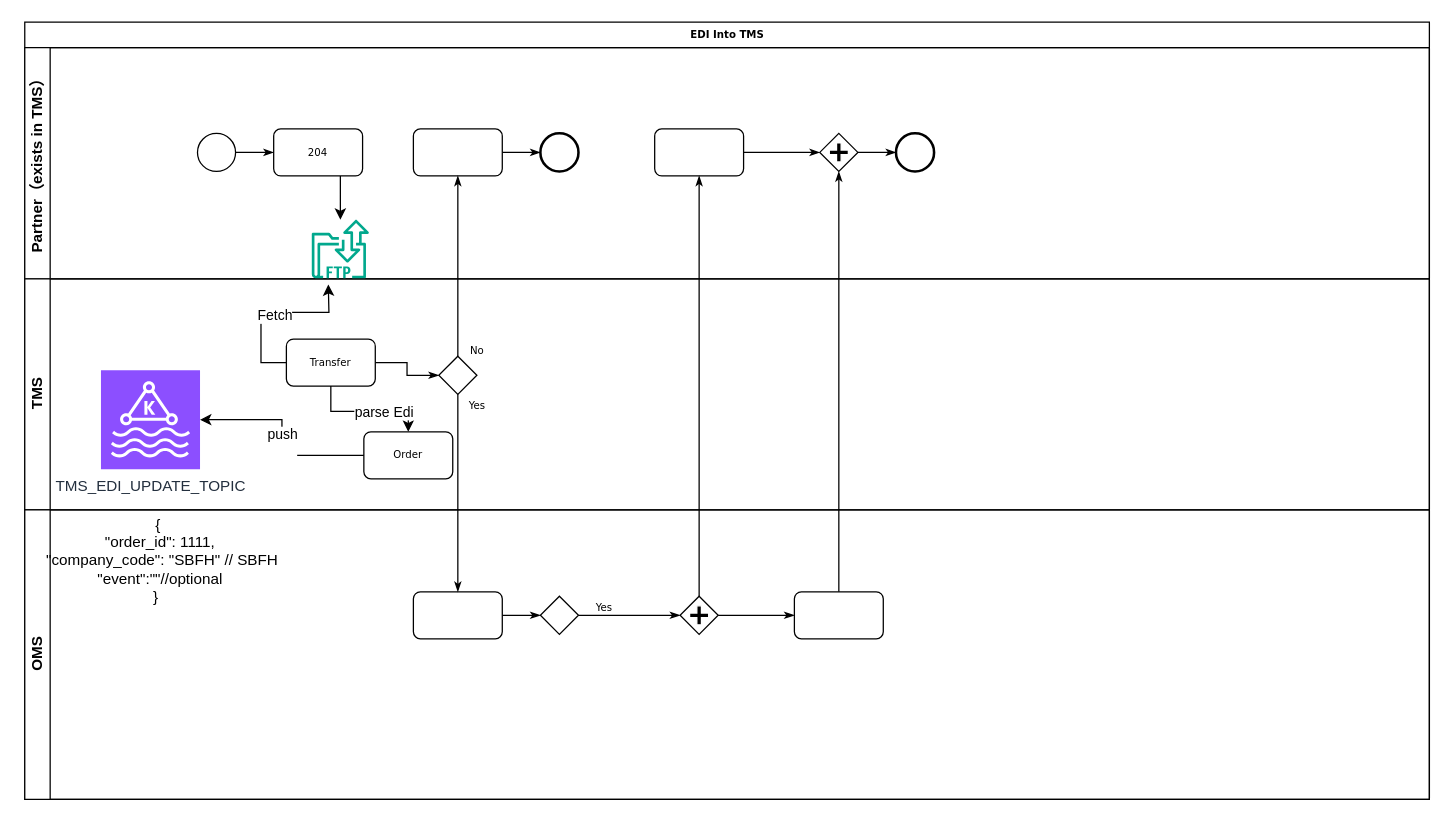
Earlier version of the draw.io diagram public-module/edi/Untitled Diagram.drawio (316189693/drawio). Source tidied: cells renumbered, new cells numbered last; positions are measured from the earlier drawing's top-left corner, leaving out a move shared by most shapes. Both pictures are drawn from the tidied source at 127%, with x=0, y=0 at pixel (22, 22).
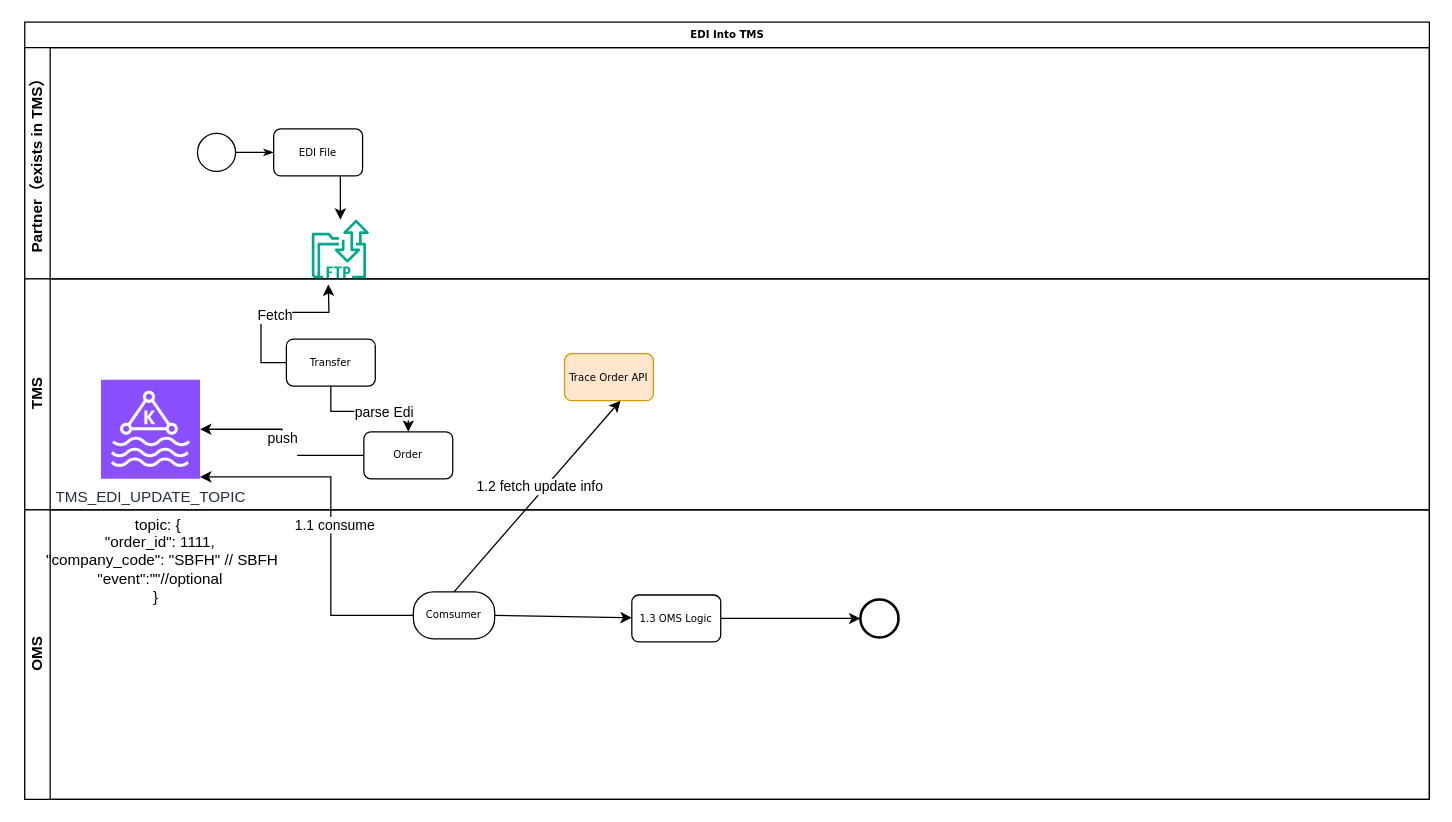
The same page after the edit.

The change refers to these unchanged cells:
```xml
<mxCell id="2" value="EDI Into TMS" style="swimlane;html=1;horizontal=1;startSize=20;rounded=0;shadow=0;labelBackgroundColor=none;strokeWidth=1;fontFamily=Verdana;fontSize=8;align=center;" parent="1" vertex="1">
  <mxGeometry x="2" width="1106" height="612" as="geometry" />
</mxCell>
<mxCell id="4" value="TMS" style="swimlane;html=1;startSize=20;horizontal=0;" parent="2" vertex="1">
  <mxGeometry y="202" width="1106" height="182" as="geometry" />
</mxCell>
<mxCell id="6" value="OMS" style="swimlane;html=1;startSize=20;horizontal=0;" parent="2" vertex="1">
  <mxGeometry y="384" width="1106" height="228" as="geometry" />
</mxCell>
<mxCell id="25" value="Transfer" style="rounded=1;whiteSpace=wrap;html=1;shadow=0;labelBackgroundColor=none;strokeWidth=1;fontFamily=Verdana;fontSize=8;align=center;" parent="6" vertex="1">
  <mxGeometry x="206" y="-134.5" width="70" height="37" as="geometry" />
</mxCell>
<mxCell id="27" value="Order" style="rounded=1;whiteSpace=wrap;html=1;shadow=0;labelBackgroundColor=none;strokeWidth=1;fontFamily=Verdana;fontSize=8;align=center;" parent="6" vertex="1">
  <mxGeometry x="267" y="-61.5" width="70" height="37" as="geometry" />
</mxCell>
```

Diff of the diagram source:
```diff
@@
+    <mxCell id="40" style="edgeStyle=orthogonalEdgeStyle;rounded=0;jettySize=auto;html=1;entryX=1;entryY=0.5;entryDx=0;entryDy=0;entryPerimeter=0;" parent="2" edge="1" source="27" target="5">
+      <mxGeometry relative="1" as="geometry" />
+    </mxCell>
+    <mxCell id="41" value="&lt;div&gt;&lt;br&gt;&lt;/div&gt;" style="edgeLabel;html=1;align=center;verticalAlign=middle;" parent="40" vertex="1">
+      <mxGeometry x="-0.1" y="8" relative="1" as="geometry">
+        <mxPoint x="1" y="1" as="offset" />
+      </mxGeometry>
+    </mxCell>
+    <mxCell id="42" value="push&lt;div&gt;&lt;br&gt;&lt;/div&gt;" style="edgeLabel;html=1;align=center;verticalAlign=middle;" parent="40" vertex="1">
+      <mxGeometry x="-0.04" y="1" relative="1" as="geometry">
+        <mxPoint x="1" y="1" as="offset" />
+      </mxGeometry>
+    </mxCell>
+    <mxCell id="43" style="edgeStyle=orthogonalEdgeStyle;rounded=0;jettySize=auto;html=1;" parent="2" edge="1" source="29" target="5">
+      <mxGeometry relative="1" as="geometry">
+        <Array as="points">
+          <mxPoint x="241" y="467" />
+          <mxPoint x="241" y="358" />
+        </Array>
+      </mxGeometry>
+    </mxCell>
+    <mxCell id="44" value="1.1 consume" style="edgeLabel;html=1;align=center;verticalAlign=middle;" parent="43" vertex="1">
+      <mxGeometry x="-0.01" y="-2" relative="1" as="geometry" />
+    </mxCell>
@@
     <mxCell id="5" value="TMS_EDI_UPDATE_TOPIC" style="sketch=0;points=[[0,0,0],[0.25,0,0],[0.5,0,0],[0.75,0,0],[1,0,0],[0,1,0],[0.25,1,0],[0.5,1,0],[0.75,1,0],[1,1,0],[0,0.25,0],[0,0.5,0],[0,0.75,0],[1,0.25,0],[1,0.5,0],[1,0.75,0]];outlineConnect=0;fontColor=#232F3E;fillColor=#8C4FFF;strokeColor=#ffffff;dashed=0;verticalLabelPosition=bottom;verticalAlign=top;align=center;html=1;fontSize=12;fontStyle=0;shape=mxgraph.aws4.resourceIcon;resIcon=mxgraph.aws4.managed_streaming_for_kafka;" parent="4" vertex="1">
-      <mxGeometry x="60" y="72" width="78" height="78" as="geometry" />
+      <mxGeometry x="60" y="79.5" width="78" height="78" as="geometry" />
     </mxCell>
+    <mxCell id="45" value="Trace Order API" style="rounded=1;whiteSpace=wrap;html=1;shadow=0;labelBackgroundColor=none;strokeWidth=1;fontFamily=Verdana;fontSize=8;align=center;fillColor=#ffe6cc;strokeColor=#d79b00;" parent="4" vertex="1">
+      <mxGeometry x="425" y="59" width="70" height="37" as="geometry" />
+    </mxCell>
@@
-    <mxCell id="10" value="204" style="rounded=1;whiteSpace=wrap;html=1;shadow=0;labelBackgroundColor=none;strokeWidth=1;fontFamily=Verdana;fontSize=8;align=center;" parent="6" vertex="1">
+    <mxCell id="10" value="EDI File" style="rounded=1;whiteSpace=wrap;html=1;shadow=0;labelBackgroundColor=none;strokeWidth=1;fontFamily=Verdana;fontSize=8;align=center;" parent="6" vertex="1">
       <mxGeometry x="196" y="-300" width="70" height="37" as="geometry" />
     </mxCell>
-    <mxCell id="11" style="edgeStyle=orthogonalEdgeStyle;rounded=0;html=1;labelBackgroundColor=none;startArrow=none;startFill=0;startSize=5;endArrow=classicThin;endFill=1;endSize=5;jettySize=auto;strokeWidth=1;fontFamily=Verdana;fontSize=8;" parent="6" edge="1" source="12" target="13">
-      <mxGeometry relative="1" as="geometry" />
-    </mxCell>
-    <mxCell id="12" style="rounded=1;whiteSpace=wrap;html=1;shadow=0;labelBackgroundColor=none;strokeWidth=1;fontFamily=Verdana;fontSize=8;align=center;" parent="6" vertex="1">
-      <mxGeometry x="306" y="-300" width="70" height="37" as="geometry" />
-    </mxCell>
-    <mxCell id="13" style="ellipse;whiteSpace=wrap;html=1;rounded=0;shadow=0;labelBackgroundColor=none;strokeWidth=2;fontFamily=Verdana;fontSize=8;align=center;" parent="6" vertex="1">
-      <mxGeometry x="406" y="-296.5" width="30" height="30" as="geometry" />
-    </mxCell>
-    <mxCell id="14" style="edgeStyle=orthogonalEdgeStyle;rounded=0;html=1;entryX=0;entryY=0.5;labelBackgroundColor=none;startArrow=none;startFill=0;startSize=5;endArrow=classicThin;endFill=1;endSize=5;jettySize=auto;strokeWidth=1;fontFamily=Verdana;fontSize=8;" parent="6" edge="1" source="15" target="17">
-      <mxGeometry relative="1" as="geometry" />
-    </mxCell>
-    <mxCell id="15" style="rounded=1;whiteSpace=wrap;html=1;shadow=0;labelBackgroundColor=none;strokeWidth=1;fontFamily=Verdana;fontSize=8;align=center;" parent="6" vertex="1">
-      <mxGeometry x="496" y="-300" width="70" height="37" as="geometry" />
-    </mxCell>
-    <mxCell id="16" style="edgeStyle=orthogonalEdgeStyle;rounded=0;html=1;labelBackgroundColor=none;startArrow=none;startFill=0;startSize=5;endArrow=classicThin;endFill=1;endSize=5;jettySize=auto;strokeWidth=1;fontFamily=Verdana;fontSize=8;" parent="6" edge="1" source="17" target="18">
-      <mxGeometry relative="1" as="geometry" />
-    </mxCell>
-    <mxCell id="17" style="shape=mxgraph.bpmn.shape;html=1;verticalLabelPosition=bottom;labelBackgroundColor=#ffffff;verticalAlign=top;perimeter=rhombusPerimeter;background=gateway;outline=none;symbol=parallelGw;rounded=1;shadow=0;strokeWidth=1;fontFamily=Verdana;fontSize=8;align=center;" parent="6" vertex="1">
-      <mxGeometry x="626" y="-296.5" width="30" height="30" as="geometry" />
-    </mxCell>
-    <mxCell id="18" style="ellipse;whiteSpace=wrap;html=1;rounded=0;shadow=0;labelBackgroundColor=none;strokeWidth=2;fontFamily=Verdana;fontSize=8;align=center;" parent="6" vertex="1">
-      <mxGeometry x="686" y="-296.5" width="30" height="30" as="geometry" />
-    </mxCell>
@@
-    <mxCell id="20" style="edgeStyle=orthogonalEdgeStyle;rounded=0;html=1;labelBackgroundColor=none;startArrow=none;startFill=0;startSize=5;endArrow=classicThin;endFill=1;endSize=5;jettySize=auto;strokeWidth=1;fontFamily=Verdana;fontSize=8;" parent="6" edge="1" source="25" target="26">
-      <mxGeometry relative="1" as="geometry" />
-    </mxCell>
@@
-    <mxCell id="26" style="strokeWidth=1;html=1;shape=mxgraph.flowchart.decision;whiteSpace=wrap;rounded=1;shadow=0;labelBackgroundColor=none;fontFamily=Verdana;fontSize=8;align=center;" parent="6" vertex="1">
-      <mxGeometry x="326" y="-121" width="30" height="30" as="geometry" />
-    </mxCell>
@@
-    <mxCell id="28" style="edgeStyle=orthogonalEdgeStyle;rounded=0;html=1;labelBackgroundColor=none;startArrow=none;startFill=0;startSize=5;endArrow=classicThin;endFill=1;endSize=5;jettySize=auto;strokeWidth=1;fontFamily=Verdana;fontSize=8;" parent="6" edge="1" source="29" target="31">
-      <mxGeometry relative="1" as="geometry" />
-    </mxCell>
+    <mxCell id="46" style="rounded=0;jettySize=auto;html=1;exitX=1;exitY=0.5;exitDx=0;exitDy=0;" parent="6" edge="1" source="29" target="48">
+      <mxGeometry relative="1" as="geometry" />
+    </mxCell>
-    <mxCell id="29" style="rounded=1;whiteSpace=wrap;html=1;shadow=0;labelBackgroundColor=none;strokeWidth=1;fontFamily=Verdana;fontSize=8;align=center;" parent="6" vertex="1">
-      <mxGeometry x="306" y="64.5" width="70" height="37" as="geometry" />
+    <mxCell id="29" value="Comsumer" style="rounded=1;whiteSpace=wrap;html=1;shadow=0;labelBackgroundColor=none;strokeWidth=1;fontFamily=Verdana;fontSize=8;align=center;arcSize=43;" parent="6" vertex="1">
+      <mxGeometry x="306" y="64.5" width="64" height="37" as="geometry" />
     </mxCell>
-    <mxCell id="30" value="Yes" style="edgeStyle=orthogonalEdgeStyle;rounded=0;html=1;entryX=0;entryY=0.5;labelBackgroundColor=none;startArrow=none;startFill=0;startSize=5;endArrow=classicThin;endFill=1;endSize=5;jettySize=auto;strokeWidth=1;fontFamily=Verdana;fontSize=8;" parent="6" edge="1" source="31" target="33">
-      <mxGeometry x="-0.5" y="6" relative="1" as="geometry" />
-    </mxCell>
-    <mxCell id="31" style="strokeWidth=1;html=1;shape=mxgraph.flowchart.decision;whiteSpace=wrap;rounded=1;shadow=0;labelBackgroundColor=none;fontFamily=Verdana;fontSize=8;align=center;" parent="6" vertex="1">
-      <mxGeometry x="406" y="68" width="30" height="30" as="geometry" />
-    </mxCell>
-    <mxCell id="32" style="edgeStyle=orthogonalEdgeStyle;rounded=0;html=1;labelBackgroundColor=none;startArrow=none;startFill=0;startSize=5;endArrow=classicThin;endFill=1;endSize=5;jettySize=auto;strokeColor=#000000;strokeWidth=1;fontFamily=Verdana;fontSize=8;fontColor=#000000;" parent="6" edge="1" source="33" target="34">
-      <mxGeometry relative="1" as="geometry" />
-    </mxCell>
-    <mxCell id="33" style="shape=mxgraph.bpmn.shape;html=1;verticalLabelPosition=bottom;labelBackgroundColor=#ffffff;verticalAlign=top;perimeter=rhombusPerimeter;background=gateway;outline=none;symbol=parallelGw;rounded=1;shadow=0;strokeWidth=1;fontFamily=Verdana;fontSize=8;align=center;" parent="6" vertex="1">
-      <mxGeometry x="516" y="68" width="30" height="30" as="geometry" />
-    </mxCell>
-    <mxCell id="34" style="rounded=1;whiteSpace=wrap;html=1;shadow=0;labelBackgroundColor=none;strokeWidth=1;fontFamily=Verdana;fontSize=8;align=center;" parent="6" vertex="1">
-      <mxGeometry x="606" y="64.5" width="70" height="37" as="geometry" />
-    </mxCell>
-    <mxCell id="35" value="No" style="edgeStyle=orthogonalEdgeStyle;rounded=0;html=1;labelBackgroundColor=none;startArrow=none;startFill=0;startSize=5;endArrow=classicThin;endFill=1;endSize=5;jettySize=auto;strokeWidth=1;fontFamily=Verdana;fontSize=8;" parent="6" edge="1" source="26" target="12">
-      <mxGeometry x="-0.94" y="-15" relative="1" as="geometry" />
-    </mxCell>
-    <mxCell id="36" value="Yes" style="edgeStyle=orthogonalEdgeStyle;rounded=0;html=1;labelBackgroundColor=none;startArrow=none;startFill=0;startSize=5;endArrow=classicThin;endFill=1;endSize=5;jettySize=auto;strokeWidth=1;fontFamily=Verdana;fontSize=8;" parent="6" edge="1" source="26" target="29">
-      <mxGeometry x="-0.89" y="15" relative="1" as="geometry" />
-    </mxCell>
-    <mxCell id="37" style="edgeStyle=orthogonalEdgeStyle;rounded=0;html=1;entryX=0.5;entryY=1;labelBackgroundColor=none;startArrow=none;startFill=0;startSize=5;endArrow=classicThin;endFill=1;endSize=5;jettySize=auto;strokeWidth=1;fontFamily=Verdana;fontSize=8;" parent="6" edge="1" source="34" target="17">
-      <mxGeometry relative="1" as="geometry" />
-    </mxCell>
-    <mxCell id="38" style="edgeStyle=orthogonalEdgeStyle;rounded=0;html=1;labelBackgroundColor=none;startArrow=none;startFill=0;startSize=5;endArrow=classicThin;endFill=1;endSize=5;jettySize=auto;strokeWidth=1;fontFamily=Verdana;fontSize=8;" parent="6" edge="1" source="33" target="15">
-      <mxGeometry relative="1" as="geometry" />
-    </mxCell>
-    <mxCell id="39" value="&lt;div&gt;&amp;nbsp;{&lt;/div&gt;&lt;div&gt;&amp;nbsp; &quot;order_id&quot;: 1111,&lt;/div&gt;&lt;div&gt;&amp;nbsp; &amp;nbsp;&quot;company_code&quot;: &quot;SBFH&quot; // SBFH&lt;/div&gt;&lt;div&gt;&amp;nbsp; &amp;nbsp;&quot;event&quot;:&quot;&quot;//optional&amp;nbsp;&lt;/div&gt;&lt;div&gt;}&lt;/div&gt;" style="text;html=1;align=center;verticalAlign=middle;strokeColor=none;fillColor=none;" parent="6" vertex="1">
+    <mxCell id="39" value="&lt;div&gt;&amp;nbsp;topic: {&lt;/div&gt;&lt;div&gt;&amp;nbsp; &quot;order_id&quot;: 1111,&lt;/div&gt;&lt;div&gt;&amp;nbsp; &amp;nbsp;&quot;company_code&quot;: &quot;SBFH&quot; // SBFH&lt;/div&gt;&lt;div&gt;&amp;nbsp; &amp;nbsp;&quot;event&quot;:&quot;&quot;//optional&amp;nbsp;&lt;/div&gt;&lt;div&gt;}&lt;/div&gt;" style="text;html=1;align=center;verticalAlign=middle;strokeColor=none;fillColor=none;" parent="6" vertex="1">
       <mxGeometry x="-2" y="-2" width="210" height="84" as="geometry" />
     </mxCell>
-    <mxCell id="40" style="edgeStyle=orthogonalEdgeStyle;rounded=0;jettySize=auto;html=1;entryX=1;entryY=0.5;entryDx=0;entryDy=0;entryPerimeter=0;" parent="2" edge="1" source="27" target="5">
-      <mxGeometry relative="1" as="geometry" />
-    </mxCell>
-    <mxCell id="41" value="&lt;div&gt;&lt;br&gt;&lt;/div&gt;" style="edgeLabel;html=1;align=center;verticalAlign=middle;" parent="40" vertex="1">
-      <mxGeometry x="-0.1" y="8" relative="1" as="geometry">
-        <mxPoint x="1" y="1" as="offset" />
-      </mxGeometry>
-    </mxCell>
-    <mxCell id="42" value="push&lt;div&gt;&lt;br&gt;&lt;/div&gt;" style="edgeLabel;html=1;align=center;verticalAlign=middle;" parent="40" vertex="1">
-      <mxGeometry x="-0.04" y="1" relative="1" as="geometry">
-        <mxPoint x="1" y="1" as="offset" />
-      </mxGeometry>
-    </mxCell>
+    <mxCell id="47" style="edgeStyle=orthogonalEdgeStyle;rounded=0;jettySize=auto;html=1;entryX=0;entryY=0.5;entryDx=0;entryDy=0;" parent="6" edge="1" source="48" target="49">
+      <mxGeometry relative="1" as="geometry" />
+    </mxCell>
+    <mxCell id="48" value="1.3 OMS Logic" style="rounded=1;whiteSpace=wrap;html=1;shadow=0;labelBackgroundColor=none;strokeWidth=1;fontFamily=Verdana;fontSize=8;align=center;" parent="6" vertex="1">
+      <mxGeometry x="478" y="67" width="70" height="37" as="geometry" />
+    </mxCell>
+    <mxCell id="49" style="ellipse;whiteSpace=wrap;html=1;rounded=0;shadow=0;labelBackgroundColor=none;strokeWidth=2;fontFamily=Verdana;fontSize=8;align=center;" parent="6" vertex="1">
+      <mxGeometry x="658" y="70.5" width="30" height="30" as="geometry" />
+    </mxCell>
+    <mxCell id="50" style="rounded=0;jettySize=auto;html=1;exitX=0.5;exitY=0;exitDx=0;exitDy=0;entryX=0.629;entryY=1;entryDx=0;entryDy=0;entryPerimeter=0;" parent="2" edge="1" source="29" target="45">
+      <mxGeometry relative="1" as="geometry" />
+    </mxCell>
+    <mxCell id="51" value="1.2 fetch update info&amp;nbsp;" style="edgeLabel;html=1;align=center;verticalAlign=middle;" parent="50" vertex="1">
+      <mxGeometry x="0.08" y="3" relative="1" as="geometry" />
+    </mxCell>
```
